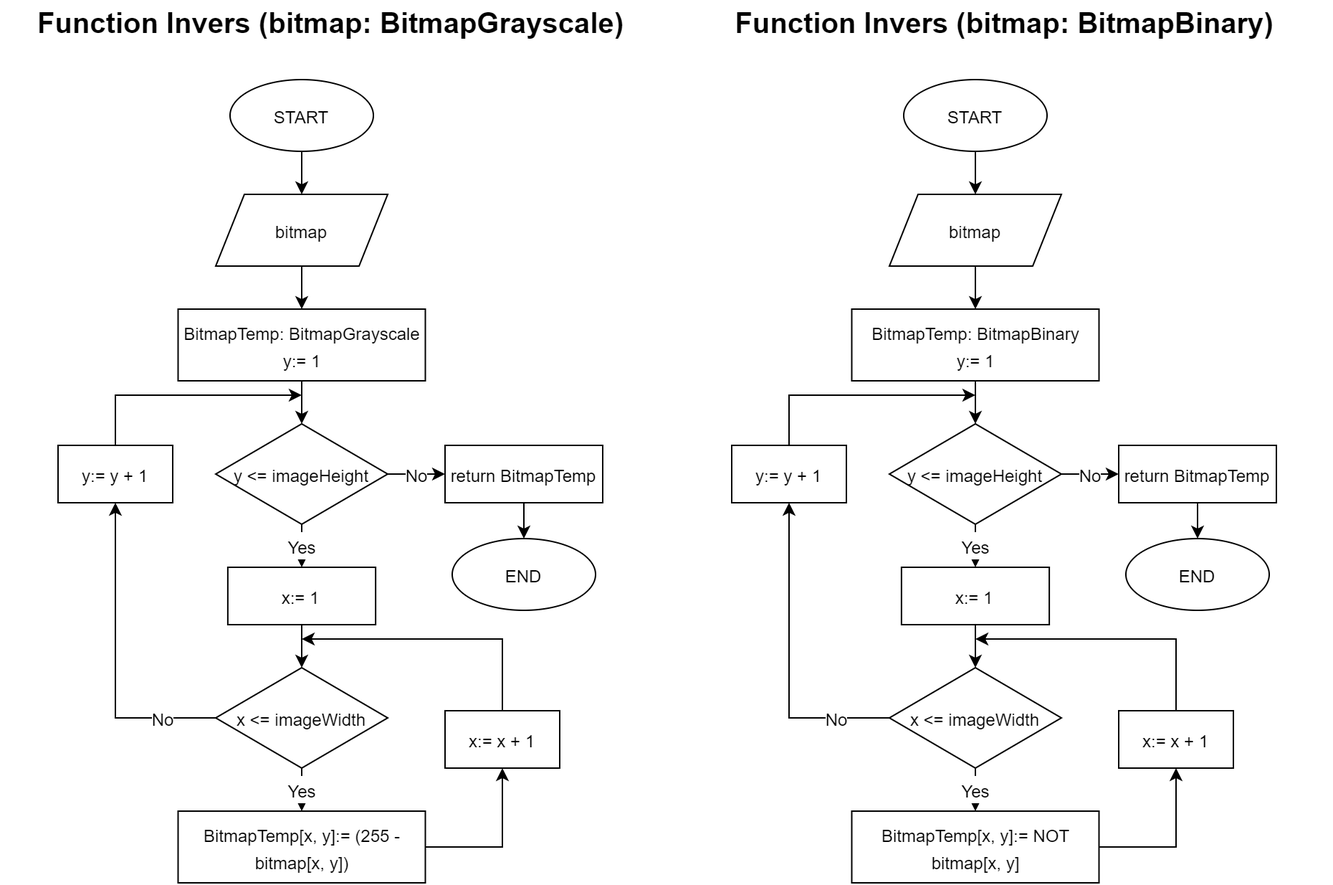
Earlier version of the draw.io export flowchart/.png/Invers.png (ukayaj620/batikcomp). Source tidied: cells renumbered, new cells last; positions are measured from the earlier drawing's top-left corner, leaving out a move shared by most shapes.
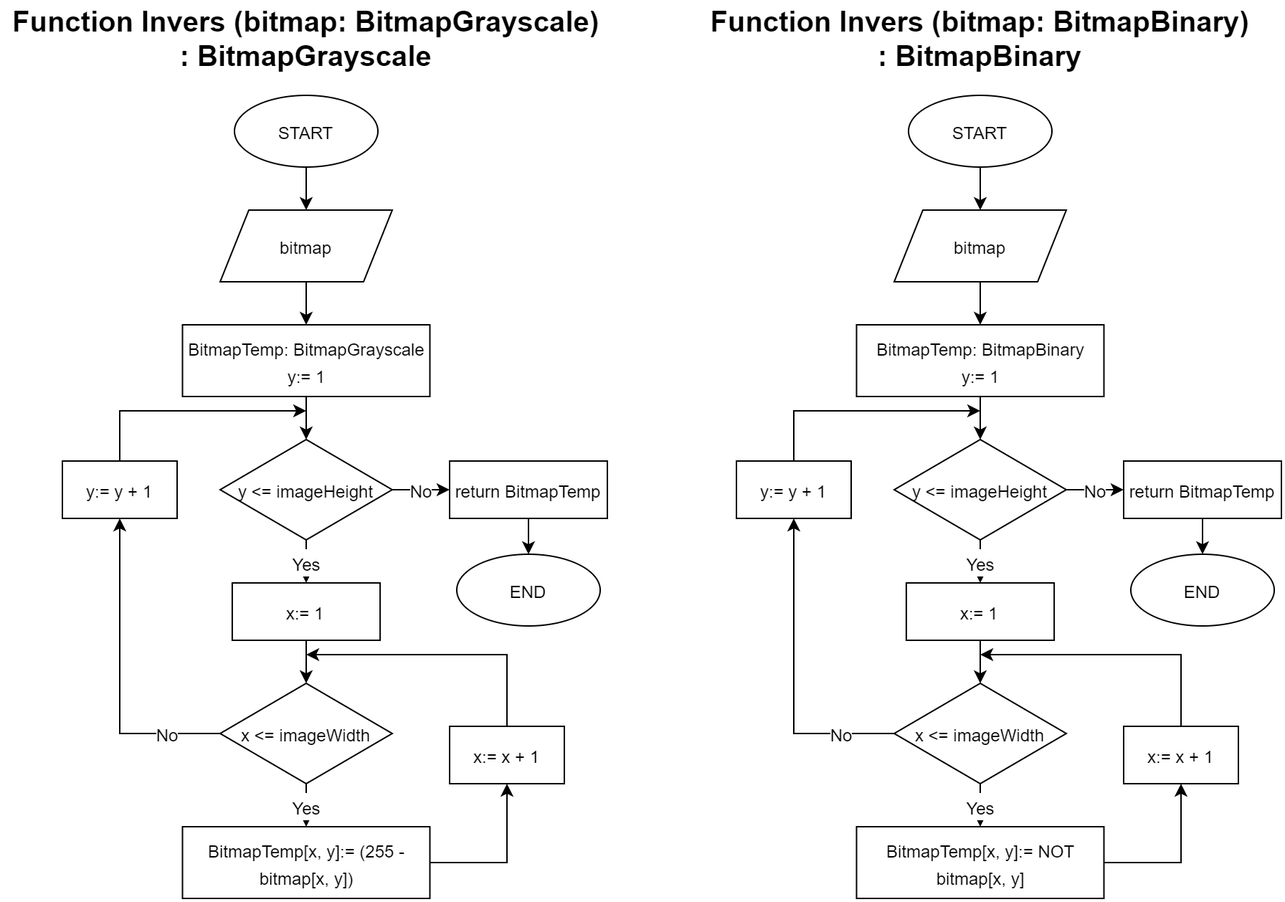
Above is the later version.

The edit, as a diff of the source:
```diff
@@ -2,8 +2,8 @@
   <root>
     <mxCell id="0" />
     <mxCell id="1" parent="0" />
-    <mxCell id="2" value="&lt;span style=&quot;font-size: 20px&quot;&gt;&lt;b&gt;Function Invers (bitmap: BitmapGrayscale)&lt;/b&gt;&lt;/span&gt;" style="text;html=1;strokeColor=none;fillColor=none;align=center;verticalAlign=middle;whiteSpace=wrap;rounded=0;fontSize=16;" parent="1" vertex="1">
-      <mxGeometry width="455" height="20" as="geometry" />
+    <mxCell id="2" value="&lt;span style=&quot;font-size: 20px&quot;&gt;&lt;b&gt;Function Invers (bitmap: BitmapGrayscale) : BitmapGrayscale&lt;/b&gt;&lt;/span&gt;" style="text;html=1;strokeColor=none;fillColor=none;align=center;verticalAlign=middle;whiteSpace=wrap;rounded=0;fontSize=16;" parent="1" vertex="1">
+      <mxGeometry x="-3" width="420" height="20" as="geometry" />
     </mxCell>
     <mxCell id="3" style="edgeStyle=orthogonalEdgeStyle;rounded=0;jettySize=auto;html=1;fontSize=16;" parent="1" edge="1" source="4" target="8">
       <mxGeometry relative="1" as="geometry" />
@@ -84,8 +84,8 @@
     <mxCell id="25" value="&lt;span style=&quot;font-size: 12px&quot;&gt;END&lt;/span&gt;" style="ellipse;whiteSpace=wrap;html=1;fontSize=16;" parent="1" vertex="1">
       <mxGeometry x="312" y="370" width="100" height="50" as="geometry" />
     </mxCell>
-    <mxCell id="26" value="&lt;span style=&quot;font-size: 20px&quot;&gt;&lt;b&gt;Function Invers (bitmap: BitmapBinary)&lt;/b&gt;&lt;/span&gt;" style="text;html=1;strokeColor=none;fillColor=none;align=center;verticalAlign=middle;whiteSpace=wrap;rounded=0;fontSize=16;" parent="1" vertex="1">
-      <mxGeometry x="470" width="455" height="20" as="geometry" />
+    <mxCell id="26" value="&lt;span style=&quot;font-size: 20px&quot;&gt;&lt;b&gt;Function Invers (bitmap: BitmapBinary) : BitmapBinary&lt;/b&gt;&lt;/span&gt;" style="text;html=1;strokeColor=none;fillColor=none;align=center;verticalAlign=middle;whiteSpace=wrap;rounded=0;fontSize=16;" parent="1" vertex="1">
+      <mxGeometry x="487" width="380" height="20" as="geometry" />
     </mxCell>
     <mxCell id="27" style="edgeStyle=orthogonalEdgeStyle;rounded=0;jettySize=auto;html=1;fontSize=16;" parent="1" edge="1" source="28" target="32">
       <mxGeometry relative="1" as="geometry" />
```
